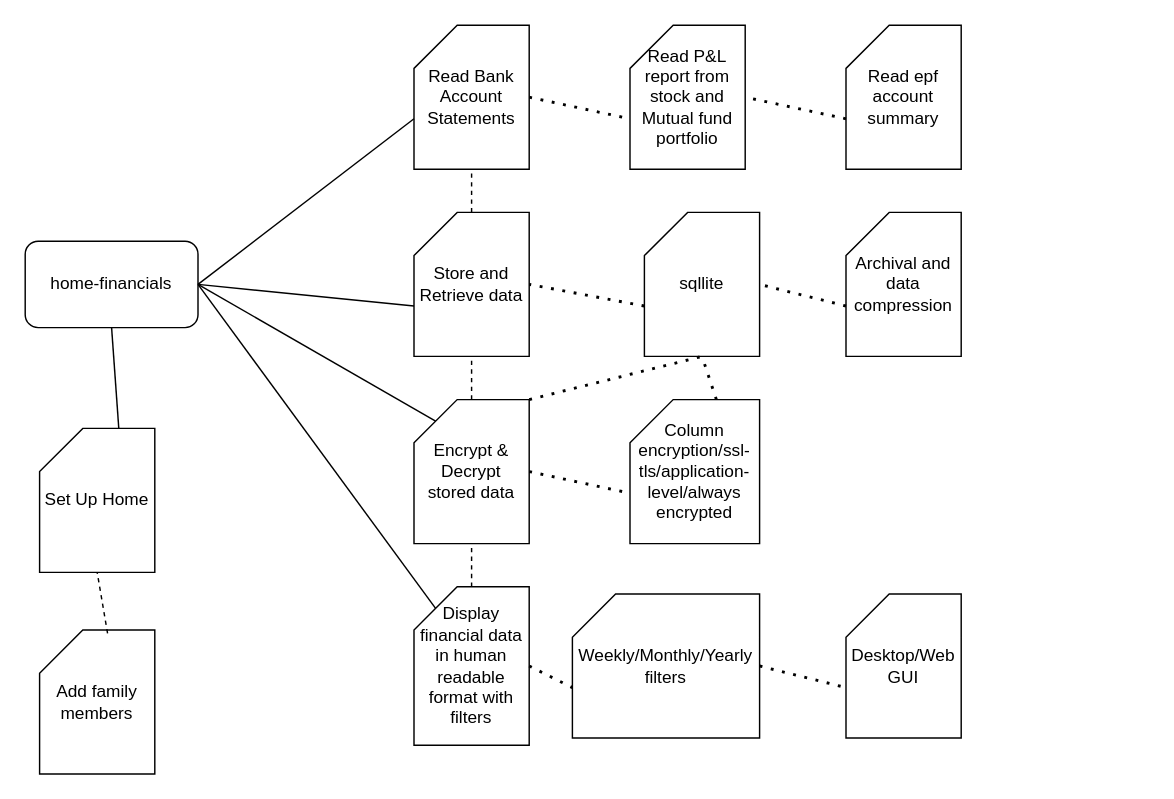
This is page "Feature_block_dia" (1 of 3) of doc/unified_dia_doc.drawio from nofea/home-financials, a draw.io file, before an edit. Source tidied: cells renumbered, new cells numbered last; positions are measured from the earlier drawing's top-left corner, leaving out a move shared by most shapes. Both pictures are drawn from the tidied source at 144%, with x=0, y=0 at pixel (24, 24).
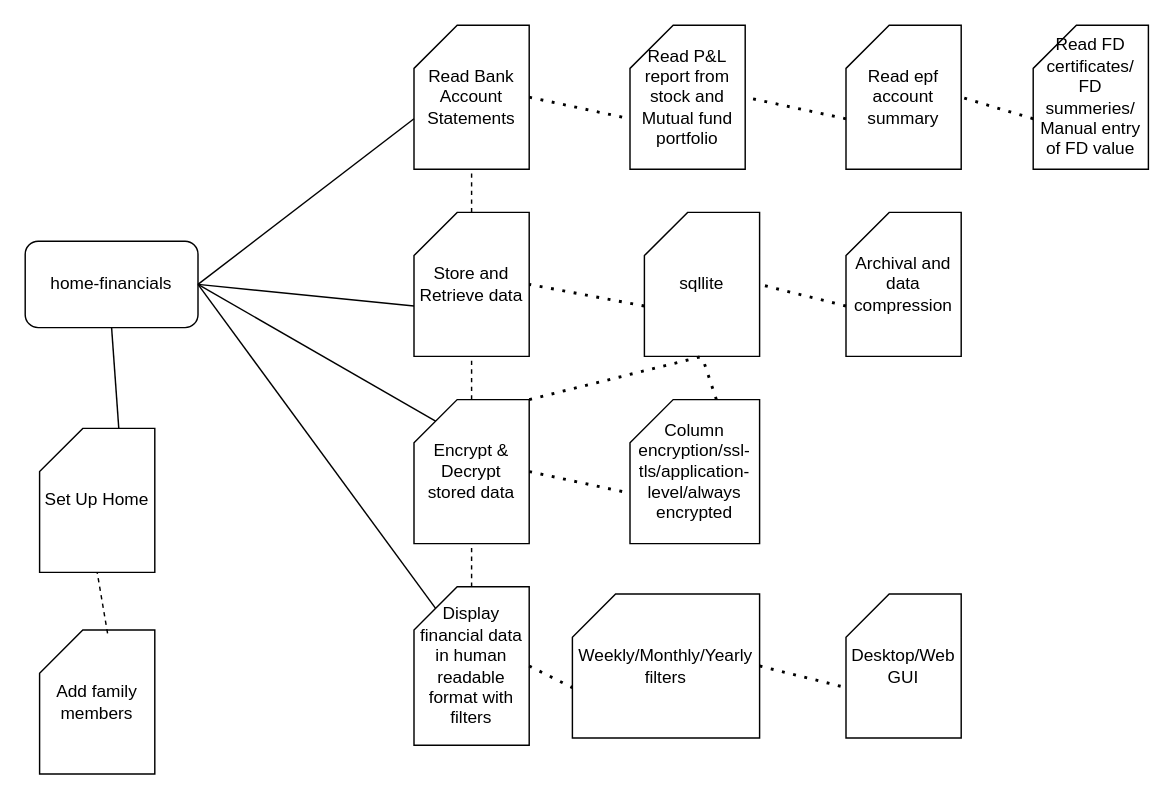
The same diagram, later.

Unchanged cells that the change refers to:
```xml
<mxCell id="8" value="Read epf account summary" style="shape=card;whiteSpace=wrap;html=1;" parent="1" vertex="1">
  <mxGeometry x="570" width="80" height="100" as="geometry" />
</mxCell>
```

What changed in the source:
```diff
@@
+    <mxCell id="34" value="Read FD certificates/ FD summeries/ Manual entry of FD value" style="shape=card;whiteSpace=wrap;html=1;" parent="1" vertex="1">
+      <mxGeometry x="700" width="80" height="100" as="geometry" />
+    </mxCell>
+    <mxCell id="35" style="endArrow=none;dashed=1;html=1;dashPattern=1 3;strokeWidth=2;rounded=0;entryX=1;entryY=0.5;entryDx=0;entryDy=0;entryPerimeter=0;exitX=0;exitY=0;exitDx=0;exitDy=65;exitPerimeter=0;" parent="1" edge="1" source="34" target="8">
+      <mxGeometry relative="1" as="geometry" />
+    </mxCell>
```
